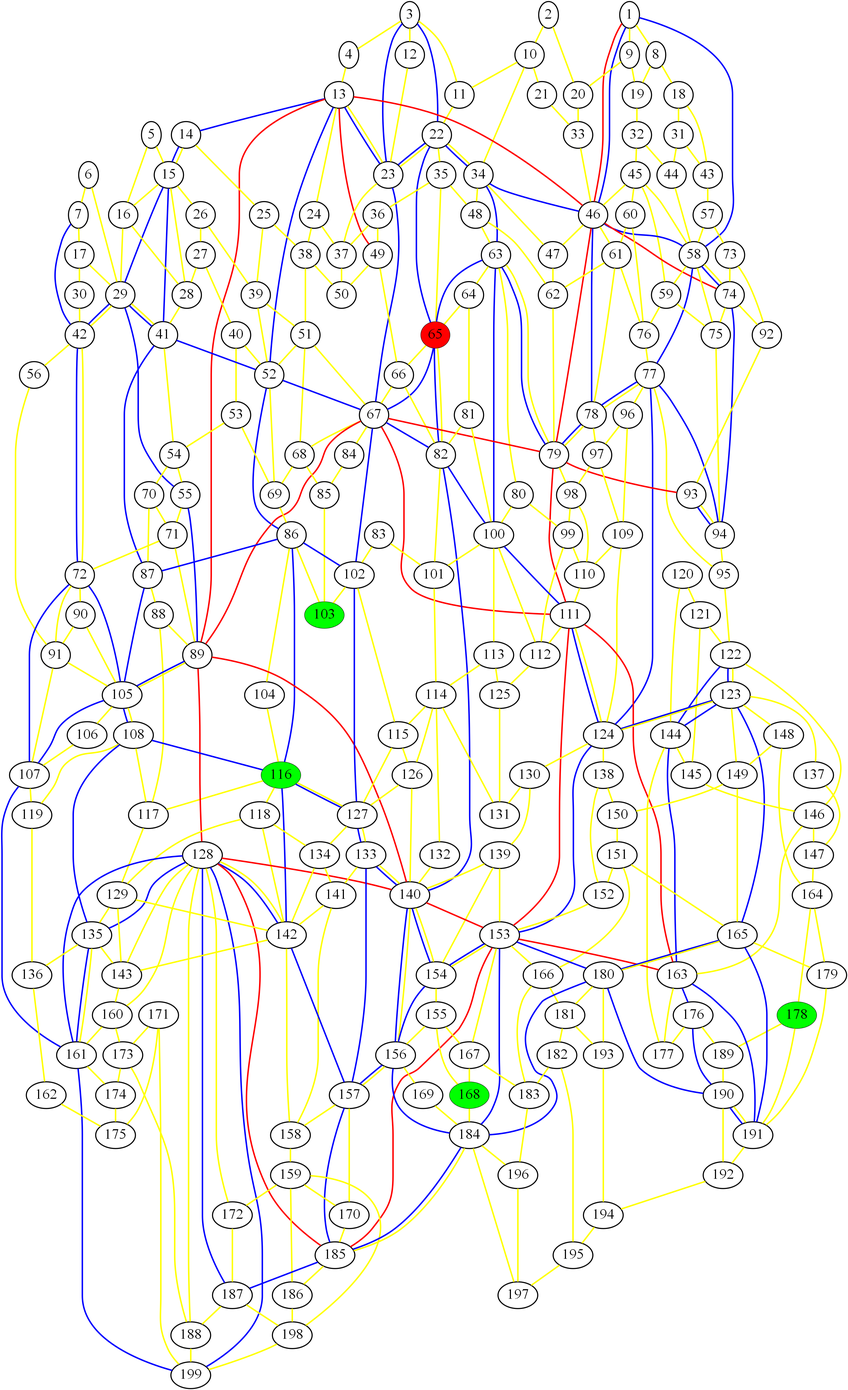
Above: graph_19.png in ed-churchill/complex-systems-project (Graphviz), before the change. Its source is kept beside it as graph_19.gv.
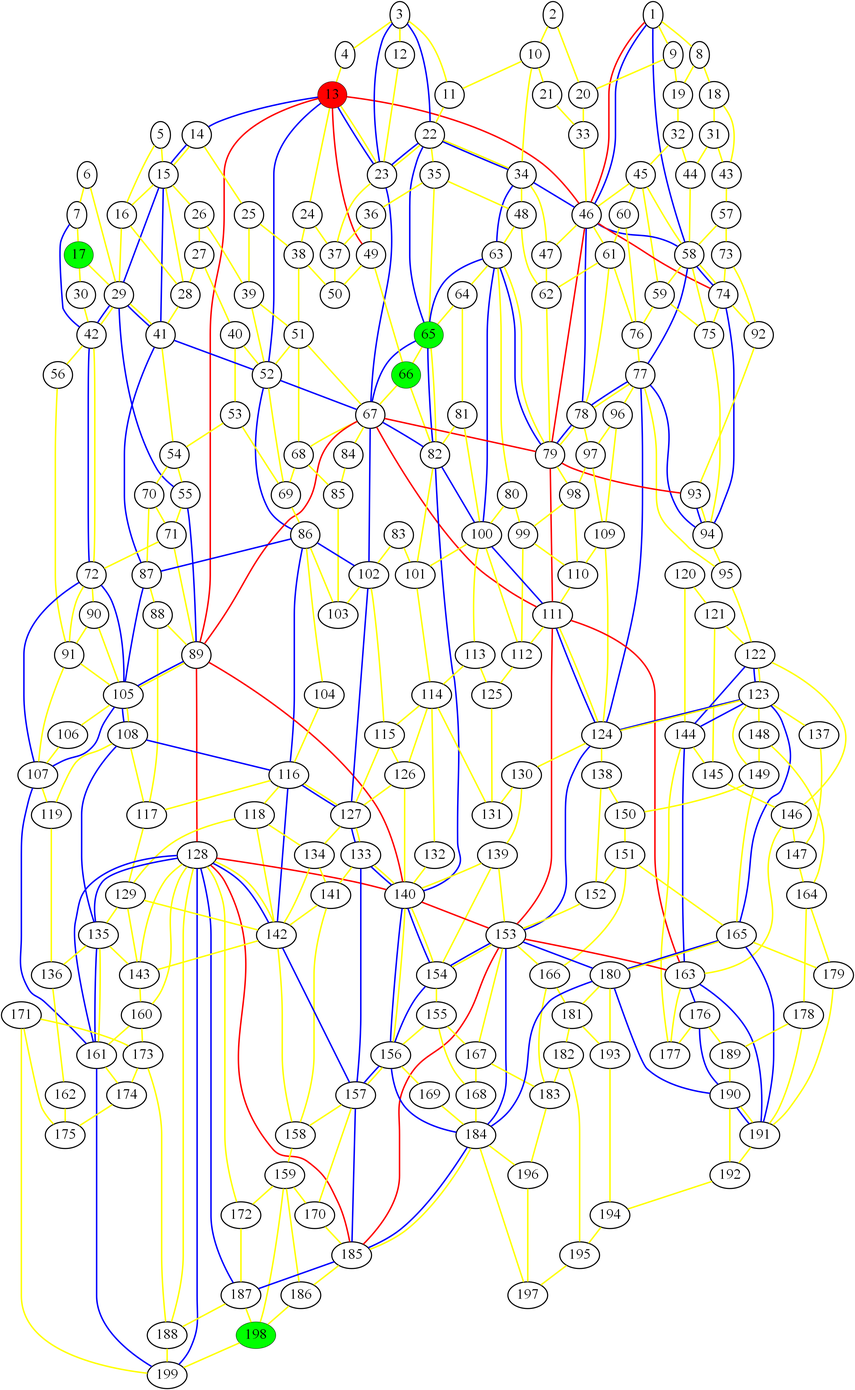
Later version of the same file.

Change to the diagram source:
```diff
@@ -1,9 +1,9 @@
 graph london_graph {
-65 [fillcolor=red, fontsize=40, pendwidth=3, style=filled];
-116 [fillcolor=green, fontsize=40, pendwidth=3, style=filled];
-178 [fillcolor=green, fontsize=40, pendwidth=3, style=filled];
-168 [fillcolor=green, fontsize=40, pendwidth=3, style=filled];
-103 [fillcolor=green, fontsize=40, pendwidth=3, style=filled];
+13 [fillcolor=red, fontsize=40, pendwidth=3, style=filled];
+17 [fillcolor=green, fontsize=40, pendwidth=3, style=filled];
+66 [fillcolor=green, fontsize=40, pendwidth=3, style=filled];
+198 [fillcolor=green, fontsize=40, pendwidth=3, style=filled];
+65 [fillcolor=green, fontsize=40, pendwidth=3, style=filled];
 1 [fontsize=40, penwidth=3];
 2 [fontsize=40, penwidth=3];
 3 [fontsize=40, penwidth=3];
@@ -16,11 +16,9 @@
 10 [fontsize=40, penwidth=3];
 11 [fontsize=40, penwidth=3];
 12 [fontsize=40, penwidth=3];
-13 [fontsize=40, penwidth=3];
 14 [fontsize=40, penwidth=3];
 15 [fontsize=40, penwidth=3];
 16 [fontsize=40, penwidth=3];
-17 [fontsize=40, penwidth=3];
 18 [fontsize=40, penwidth=3];
 19 [fontsize=40, penwidth=3];
 20 [fontsize=40, penwidth=3];
@@ -68,7 +66,6 @@
 62 [fontsize=40, penwidth=3];
 63 [fontsize=40, penwidth=3];
 64 [fontsize=40, penwidth=3];
-66 [fontsize=40, penwidth=3];
 67 [fontsize=40, penwidth=3];
 68 [fontsize=40, penwidth=3];
 69 [fontsize=40, penwidth=3];
@@ -105,6 +102,7 @@
 100 [fontsize=40, penwidth=3];
 101 [fontsize=40, penwidth=3];
 102 [fontsize=40, penwidth=3];
+103 [fontsize=40, penwidth=3];
 104 [fontsize=40, penwidth=3];
 105 [fontsize=40, penwidth=3];
 106 [fontsize=40, penwidth=3];
@@ -117,6 +115,7 @@
 113 [fontsize=40, penwidth=3];
 114 [fontsize=40, penwidth=3];
 115 [fontsize=40, penwidth=3];
+116 [fontsize=40, penwidth=3];
 117 [fontsize=40, penwidth=3];
 118 [fontsize=40, penwidth=3];
 119 [fontsize=40, penwidth=3];
@@ -168,6 +167,7 @@
 165 [fontsize=40, penwidth=3];
 166 [fontsize=40, penwidth=3];
 167 [fontsize=40, penwidth=3];
+168 [fontsize=40, penwidth=3];
 169 [fontsize=40, penwidth=3];
 170 [fontsize=40, penwidth=3];
 171 [fontsize=40, penwidth=3];
@@ -177,6 +177,7 @@
 175 [fontsize=40, penwidth=3];
 176 [fontsize=40, penwidth=3];
 177 [fontsize=40, penwidth=3];
+178 [fontsize=40, penwidth=3];
 179 [fontsize=40, penwidth=3];
 180 [fontsize=40, penwidth=3];
 181 [fontsize=40, penwidth=3];
@@ -196,7 +197,6 @@
 195 [fontsize=40, penwidth=3];
 196 [fontsize=40, penwidth=3];
 197 [fontsize=40, penwidth=3];
-198 [fontsize=40, penwidth=3];
 199 [fontsize=40, penwidth=3];
 1 -- 46  [color=red, penwidth=4];
 13 -- 46  [color=red, penwidth=4];
```
